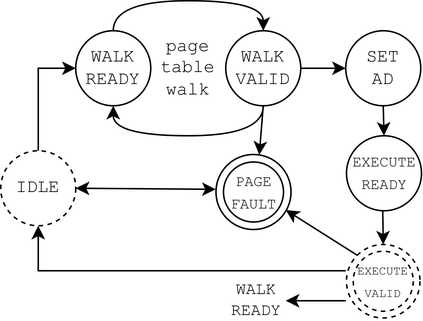
nananapo/veryl-riscv-book keeps this draw.io diagram as basic/images/24-impl-paging/statezu.drawio.png. Above is the earlier version. Source tidied: cells renumbered, new cells last; positions are measured from the earlier drawing's top-left corner, leaving out a move shared by most shapes.
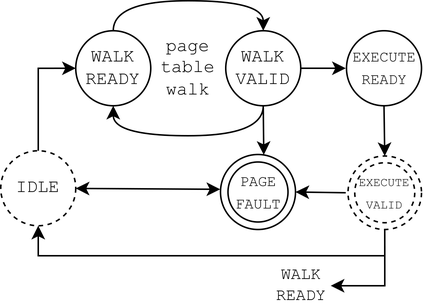
The same diagram one commit later.

The edit, as a diff of the source:
```diff
@@ -2,12 +2,6 @@
   <root>
     <mxCell id="0" />
     <mxCell id="1" parent="0" />
-    <mxCell id="2" style="ellipse;whiteSpace=wrap;html=1;fontFamily=Courier New;fillColor=#FFFFFF;" parent="1" vertex="1">
-      <mxGeometry x="143.5" y="102.5" width="50" height="50" as="geometry" />
-    </mxCell>
-    <mxCell id="3" style="ellipse;whiteSpace=wrap;html=1;fontFamily=Courier New;dashed=1;fillColor=#FFFFFF;" parent="1" vertex="1">
-      <mxGeometry x="230.5" y="162.5" width="49" height="49" as="geometry" />
-    </mxCell>
     <mxCell id="4" style="edgeStyle=orthogonalEdgeStyle;rounded=0;jettySize=auto;html=1;entryX=0;entryY=0.5;entryDx=0;entryDy=0;fontFamily=Courier New;" parent="1" edge="1" source="6" target="9">
       <mxGeometry relative="1" as="geometry" />
     </mxCell>
@@ -36,56 +30,65 @@
     <mxCell id="9" value="&lt;font&gt;WALK&lt;/font&gt;&lt;div&gt;&lt;font&gt;READY&lt;/font&gt;&lt;/div&gt;" style="ellipse;whiteSpace=wrap;html=1;fontFamily=Courier New;" parent="1" vertex="1">
       <mxGeometry x="50" y="20" width="50" height="50" as="geometry" />
     </mxCell>
-    <mxCell id="10" style="rounded=0;jettySize=auto;html=1;entryX=0;entryY=0.5;entryDx=0;entryDy=0;fontFamily=Courier New;" parent="1" edge="1" source="11" target="13">
-      <mxGeometry relative="1" as="geometry" />
+    <mxCell id="10" style="rounded=0;jettySize=auto;html=1;entryX=0;entryY=0.5;entryDx=0;entryDy=0;fontFamily=Courier New;" parent="1" edge="1" source="11">
+      <mxGeometry relative="1" as="geometry">
+        <mxPoint x="230" y="45" as="targetPoint" />
+      </mxGeometry>
     </mxCell>
     <mxCell id="11" value="&lt;font&gt;WALK&lt;/font&gt;&lt;div&gt;&lt;font&gt;VALID&lt;/font&gt;&lt;/div&gt;" style="ellipse;whiteSpace=wrap;html=1;fontFamily=Courier New;" parent="1" vertex="1">
       <mxGeometry x="150" y="20" width="50" height="50" as="geometry" />
     </mxCell>
-    <mxCell id="12" style="rounded=0;jettySize=auto;html=1;entryX=0.5;entryY=0;entryDx=0;entryDy=0;fontFamily=Courier New;" parent="1" edge="1" source="13" target="15">
-      <mxGeometry relative="1" as="geometry" />
-    </mxCell>
-    <mxCell id="13" value="&lt;font&gt;SET&lt;/font&gt;&lt;div&gt;&lt;font&gt;AD&lt;/font&gt;&lt;/div&gt;" style="ellipse;whiteSpace=wrap;html=1;fontFamily=Courier New;" parent="1" vertex="1">
-      <mxGeometry x="230" y="20" width="50" height="50" as="geometry" />
-    </mxCell>
-    <mxCell id="14" style="rounded=0;jettySize=auto;html=1;fontFamily=Courier New;entryX=0.5;entryY=0;entryDx=0;entryDy=0;" parent="1" edge="1" target="3">
-      <mxGeometry relative="1" as="geometry">
-        <mxPoint x="254.7" y="140" as="sourcePoint" />
-      </mxGeometry>
+    <mxCell id="14" style="rounded=0;jettySize=auto;html=1;fontFamily=Courier New;entryX=0.5;entryY=0;entryDx=0;entryDy=0;exitX=0.5;exitY=1;exitDx=0;exitDy=0;" parent="1" edge="1" source="15" target="3">
+      <mxGeometry relative="1" as="geometry" />
     </mxCell>
     <mxCell id="15" value="&lt;font style=&quot;font-size: 10px;&quot;&gt;EXECUTE&lt;/font&gt;&lt;div&gt;&lt;font style=&quot;font-size: 10px;&quot;&gt;READY&lt;/font&gt;&lt;/div&gt;" style="ellipse;whiteSpace=wrap;html=1;fontFamily=Courier New;" parent="1" vertex="1">
-      <mxGeometry x="230.5" y="90" width="50" height="50" as="geometry" />
+      <mxGeometry x="230.5" y="20" width="50" height="50" as="geometry" />
     </mxCell>
-    <mxCell id="16" style="edgeStyle=orthogonalEdgeStyle;rounded=0;jettySize=auto;html=1;entryX=0.5;entryY=1;entryDx=0;entryDy=0;fontFamily=Courier New;" parent="1" edge="1" target="6">
+    <mxCell id="16" style="edgeStyle=orthogonalEdgeStyle;rounded=0;jettySize=auto;html=1;entryX=0.5;entryY=1;entryDx=0;entryDy=0;fontFamily=Courier New;exitX=0.5;exitY=1;exitDx=0;exitDy=0;" parent="1" edge="1" source="3" target="6">
       <mxGeometry relative="1" as="geometry">
-        <mxPoint x="230" y="180" as="sourcePoint" />
         <Array as="points">
-          <mxPoint x="230" y="180" />
-          <mxPoint x="25" y="180" />
+          <mxPoint x="256" y="170" />
+          <mxPoint x="25" y="170" />
         </Array>
       </mxGeometry>
     </mxCell>
-    <mxCell id="17" value="&lt;font style=&quot;font-size: 8px;&quot;&gt;EXECUTE&lt;/font&gt;&lt;div&gt;&lt;font style=&quot;font-size: 8px;&quot;&gt;VALID&lt;/font&gt;&lt;/div&gt;" style="ellipse;whiteSpace=wrap;html=1;fontFamily=Courier New;labelBackgroundColor=none;fillColor=#FFFFFF;dashed=1;" parent="1" vertex="1">
-      <mxGeometry x="235" y="167" width="40" height="40" as="geometry" />
-    </mxCell>
-    <mxCell id="18" value="&lt;font style=&quot;font-size: 10px;&quot;&gt;PAGE&lt;/font&gt;&lt;div&gt;&lt;font style=&quot;font-size: 10px;&quot;&gt;FAULT&lt;/font&gt;&lt;/div&gt;" style="ellipse;whiteSpace=wrap;html=1;fontFamily=Courier New;labelBackgroundColor=none;fillColor=#FFFFFF;" parent="1" vertex="1">
-      <mxGeometry x="148.5" y="107.5" width="40" height="40" as="geometry" />
-    </mxCell>
     <mxCell id="19" style="rounded=0;jettySize=auto;html=1;entryX=0.577;entryY=0.005;entryDx=0;entryDy=0;exitX=0.5;exitY=1;exitDx=0;exitDy=0;fontFamily=Courier New;entryPerimeter=0;" parent="1" edge="1" source="11" target="2">
       <mxGeometry relative="1" as="geometry" />
     </mxCell>
     <mxCell id="20" value="page&lt;div&gt;table&lt;/div&gt;&lt;div&gt;walk&lt;/div&gt;" style="text;html=1;align=center;verticalAlign=middle;whiteSpace=wrap;rounded=0;fontFamily=Courier New;" parent="1" vertex="1">
       <mxGeometry x="90" y="25" width="70" height="40" as="geometry" />
     </mxCell>
-    <mxCell id="21" style="endArrow=classic;html=1;rounded=0;exitX=0;exitY=0;exitDx=0;exitDy=0;entryX=0.93;entryY=0.74;entryDx=0;entryDy=0;entryPerimeter=0;fontFamily=Courier New;" parent="1" edge="1" source="3" target="2">
-      <mxGeometry relative="1" as="geometry" />
+    <mxCell id="21" style="endArrow=classic;html=1;rounded=0;entryX=1;entryY=0.5;entryDx=0;entryDy=0;fontFamily=Courier New;" parent="1" edge="1" target="2">
+      <mxGeometry relative="1" as="geometry">
+        <mxPoint x="230" y="128" as="sourcePoint" />
+      </mxGeometry>
     </mxCell>
-    <mxCell id="22" value="WALK&lt;br&gt;READY" style="endArrow=classic;html=1;rounded=0;fontFamily=Courier New;labelBackgroundColor=none;" parent="1" edge="1">
+    <mxCell id="22" value="WALK&lt;br&gt;READY" style="endArrow=classic;html=1;rounded=0;fontFamily=Courier New;labelBackgroundColor=none;exitX=0.5;exitY=1;exitDx=0;exitDy=0;edgeStyle=orthogonalEdgeStyle;" parent="1" edge="1" source="3">
       <mxGeometry x="1" y="-20" relative="1" as="geometry">
-        <mxPoint x="230" y="200" as="sourcePoint" />
-        <mxPoint x="190" y="200" as="targetPoint" />
+        <mxPoint x="220" y="190" as="targetPoint" />
+        <Array as="points">
+          <mxPoint x="256" y="190" />
+        </Array>
         <mxPoint x="-20" y="20" as="offset" />
       </mxGeometry>
     </mxCell>
+    <mxCell id="23" style="group;" parent="1" vertex="1">
+      <mxGeometry x="231.5" y="103.5" width="49" height="49" as="geometry" />
+    </mxCell>
+    <mxCell id="3" style="ellipse;whiteSpace=wrap;html=1;fontFamily=Courier New;dashed=1;fillColor=#FFFFFF;" parent="23" vertex="1">
+      <mxGeometry width="49" height="49" as="geometry" />
+    </mxCell>
+    <mxCell id="17" value="&lt;font style=&quot;font-size: 8px;&quot;&gt;EXECUTE&lt;/font&gt;&lt;div&gt;&lt;font style=&quot;font-size: 8px;&quot;&gt;VALID&lt;/font&gt;&lt;/div&gt;" style="ellipse;whiteSpace=wrap;html=1;fontFamily=Courier New;labelBackgroundColor=none;fillColor=#FFFFFF;dashed=1;" parent="23" vertex="1">
+      <mxGeometry x="4.5" y="4.5" width="40" height="40" as="geometry" />
+    </mxCell>
+    <mxCell id="24" style="group;" parent="1" vertex="1">
+      <mxGeometry x="146.5" y="102.5" width="50" height="50" as="geometry" />
+    </mxCell>
+    <mxCell id="2" style="ellipse;whiteSpace=wrap;html=1;fontFamily=Courier New;fillColor=#FFFFFF;" parent="24" vertex="1">
+      <mxGeometry width="50" height="50" as="geometry" />
+    </mxCell>
+    <mxCell id="18" value="&lt;font style=&quot;font-size: 10px;&quot;&gt;PAGE&lt;/font&gt;&lt;div&gt;&lt;font style=&quot;font-size: 10px;&quot;&gt;FAULT&lt;/font&gt;&lt;/div&gt;" style="ellipse;whiteSpace=wrap;html=1;fontFamily=Courier New;labelBackgroundColor=none;fillColor=#FFFFFF;" parent="24" vertex="1">
+      <mxGeometry x="5" y="5" width="40" height="40" as="geometry" />
+    </mxCell>
   </root>
 </mxGraphModel>
```
